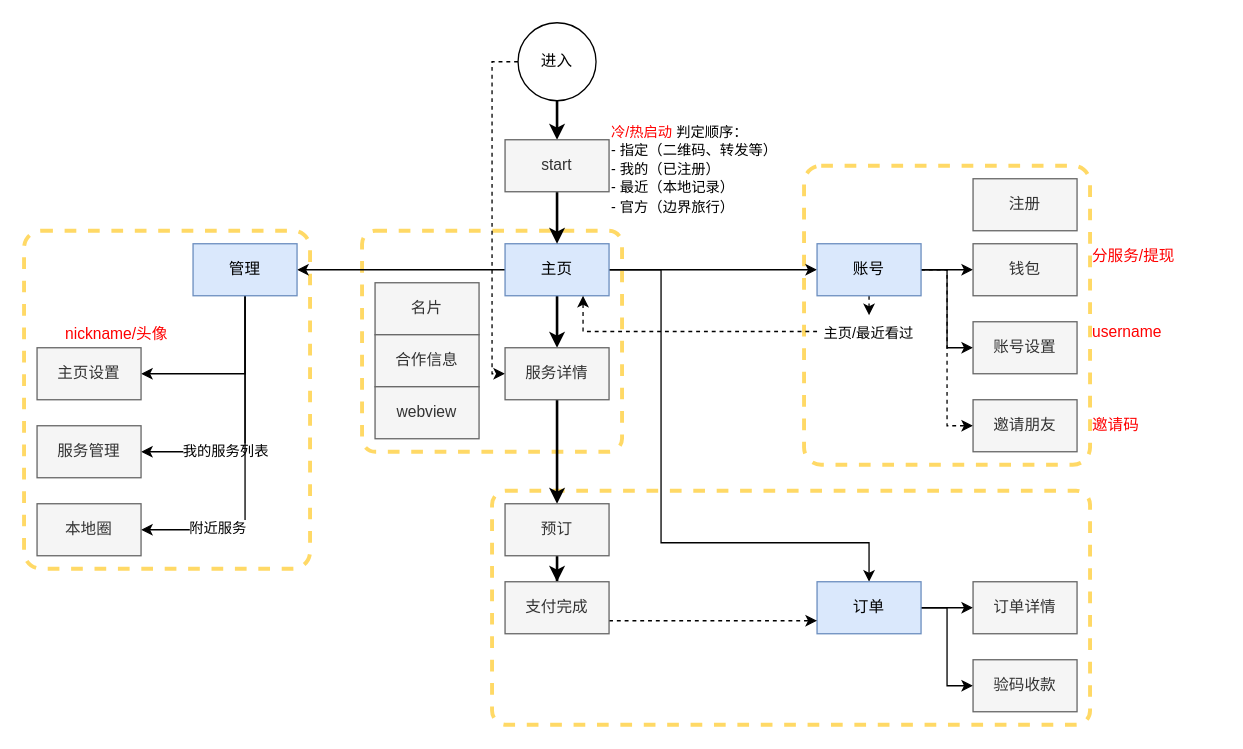
Earlier version of the draw.io diagram bluedge.drawio (sunkeyfong/flowcharts). Source tidied: cells renumbered, new cells numbered last; positions are measured from the earlier drawing's top-left corner, leaving out a move shared by most shapes. Both pictures are drawn from the tidied source at 130%, with x=0, y=0 at pixel (23, 22).
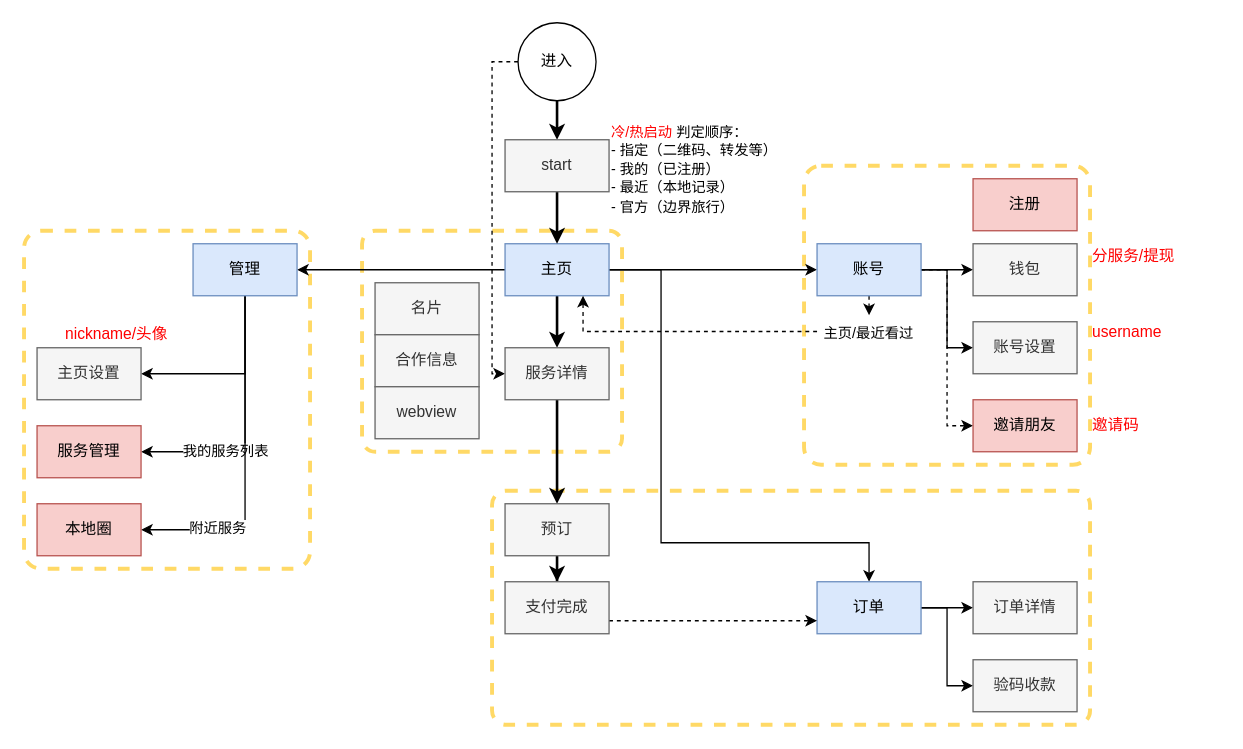
The same page after the edit.

Change to the diagram source:
```diff
@@
-    <mxCell id="36" value="服务管理" style="rounded=0;whiteSpace=wrap;html=1;fillColor=#f5f5f5;strokeColor=#666666;fontColor=#333333;" parent="1" vertex="1">
+    <mxCell id="36" value="服务管理" style="rounded=0;whiteSpace=wrap;html=1;fillColor=#f8cecc;strokeColor=#b85450;" parent="1" vertex="1">
       <mxGeometry x="10" y="310" width="80" height="40" as="geometry" />
     </mxCell>
@@
-    <mxCell id="42" value="本地圈" style="rounded=0;whiteSpace=wrap;html=1;fillColor=#f5f5f5;strokeColor=#666666;fontColor=#333333;" parent="1" vertex="1">
+    <mxCell id="42" value="本地圈" style="rounded=0;whiteSpace=wrap;html=1;fillColor=#f8cecc;strokeColor=#b85450;" parent="1" vertex="1">
       <mxGeometry x="10" y="370" width="80" height="40" as="geometry" />
     </mxCell>
-    <mxCell id="43" value="邀请朋友" style="rounded=0;whiteSpace=wrap;html=1;fillColor=#f5f5f5;strokeColor=#666666;fontColor=#333333;" parent="1" vertex="1">
+    <mxCell id="43" value="邀请朋友" style="rounded=0;whiteSpace=wrap;html=1;glass=0;shadow=0;fillColor=#f8cecc;strokeColor=#b85450;" parent="1" vertex="1">
       <mxGeometry x="730" y="290" width="80" height="40" as="geometry" />
     </mxCell>
@@
-    <mxCell id="51" value="注册" style="rounded=0;whiteSpace=wrap;html=1;fillColor=#f5f5f5;strokeColor=#666666;fontColor=#333333;" parent="1" vertex="1">
+    <mxCell id="51" value="注册" style="rounded=0;whiteSpace=wrap;html=1;fillColor=#f8cecc;strokeColor=#b85450;" parent="1" vertex="1">
       <mxGeometry x="730" y="120" width="80" height="40" as="geometry" />
     </mxCell>
```
